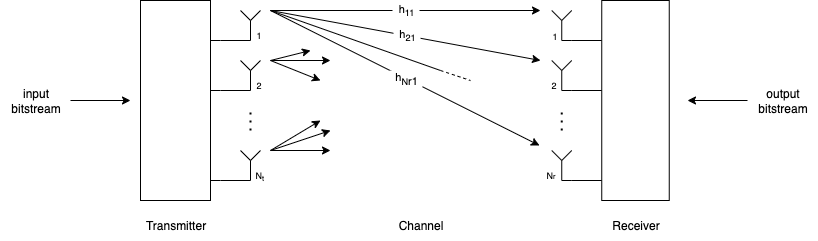
wannesbaes/satellite-precoding-techniques keeps this draw.io diagram as su-mimo/reports/figures/su_mimo_system.png. Above is the earlier version. Source tidied: cells renumbered, new cells last; positions are measured from the earlier drawing's top-left corner, leaving out a move shared by most shapes.
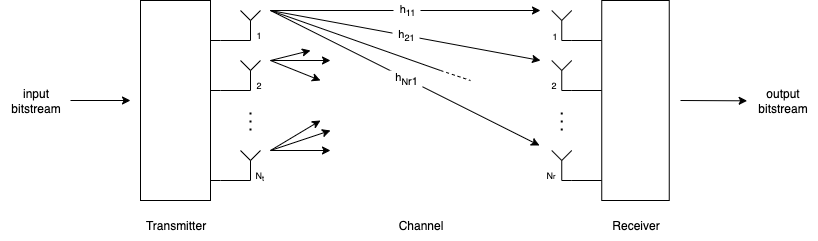
The same diagram one commit later.

What changed in the source:
```diff
@@ -289,16 +289,16 @@
         <mxPoint x="320" y="110" as="targetPoint" />
       </mxGeometry>
     </mxCell>
-    <mxCell id="54" style="endArrow=classic;html=1;rounded=0;" parent="1" edge="1" source="55">
-      <mxGeometry relative="1" as="geometry">
-        <mxPoint x="687" y="90" as="targetPoint" />
-      </mxGeometry>
-    </mxCell>
     <mxCell id="55" value="output&lt;div&gt;bitstream&lt;/div&gt;" style="text;html=1;align=center;verticalAlign=middle;points=[];strokeColor=none;fillColor=none;" parent="1" vertex="1">
       <mxGeometry x="747" y="70" width="70" height="40" as="geometry" />
     </mxCell>
     <mxCell id="56" value="&lt;font&gt;Channel&lt;/font&gt;" style="text;html=1;align=center;verticalAlign=middle;strokeColor=none;fillColor=none;" parent="1" vertex="1">
       <mxGeometry x="385" y="200" width="70" height="30" as="geometry" />
     </mxCell>
+    <mxCell id="57" style="endArrow=classic;html=1;rounded=0;entryX=-0.005;entryY=0.508;entryDx=0;entryDy=0;entryPerimeter=0;" parent="1" edge="1" target="55">
+      <mxGeometry relative="1" as="geometry">
+        <mxPoint x="680" y="90" as="sourcePoint" />
+      </mxGeometry>
+    </mxCell>
   </root>
 </mxGraphModel>
```
